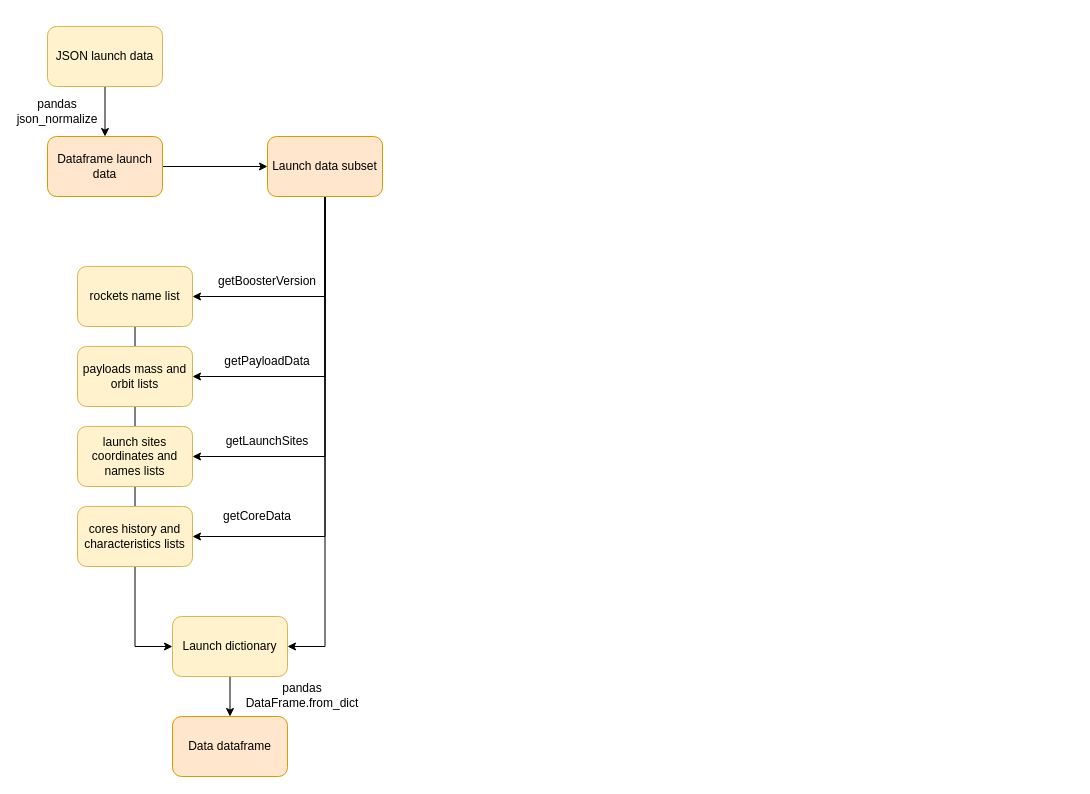
The draw.io diagram Data_scraping.drawio in jordimaggi/Coursera_IBM_DataScience_Capstone_2022, before the edit. Source tidied: cells renumbered, new cells numbered last; positions are measured from the earlier drawing's top-left corner, leaving out a move shared by most shapes. Both pictures are drawn from the tidied source at 100%, with x=0, y=0 at pixel (27, 26).
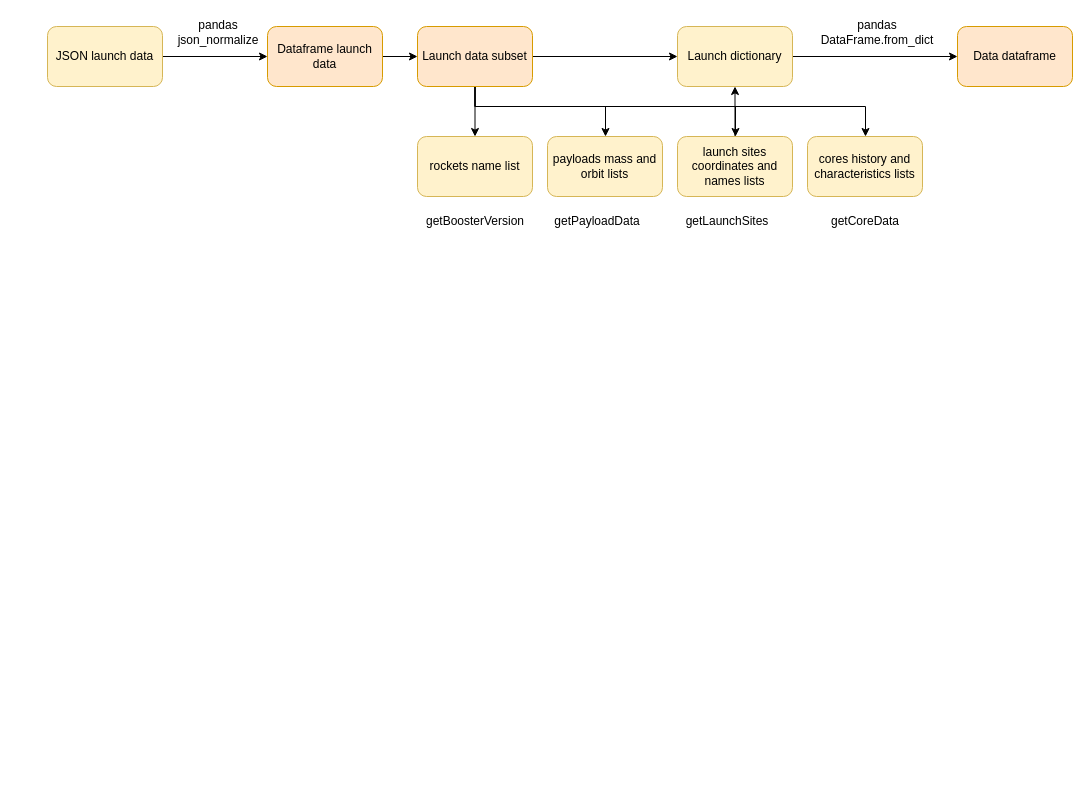
Above is the later version.

Unchanged cells that the change refers to:
```xml
<mxCell id="3" value="JSON launch data" style="whiteSpace=wrap;html=1;rounded=1;fillColor=#fff2cc;strokeColor=#d6b656;" parent="1" vertex="1">
  <mxGeometry x="20" width="115" height="60" as="geometry" />
</mxCell>
```

Change to the diagram source:
```diff
@@
-    <mxCell id="2" style="edgeStyle=orthogonalEdgeStyle;rounded=0;jettySize=auto;html=1;entryX=0.5;entryY=0;entryDx=0;entryDy=0;" parent="1" edge="1" source="3" target="9">
+    <mxCell id="2" style="edgeStyle=orthogonalEdgeStyle;rounded=0;jettySize=auto;html=1;entryX=0;entryY=0.5;entryDx=0;entryDy=0;" parent="1" edge="1" source="3" target="9">
       <mxGeometry relative="1" as="geometry" />
     </mxCell>
@@
-    <mxCell id="4" style="edgeStyle=orthogonalEdgeStyle;rounded=0;jettySize=auto;html=1;entryX=0;entryY=0.5;entryDx=0;entryDy=0;" parent="1" edge="1" source="5" target="23">
-      <mxGeometry relative="1" as="geometry" />
-    </mxCell>
     <mxCell id="5" value="rockets name list" style="whiteSpace=wrap;html=1;rounded=1;fillColor=#fff2cc;strokeColor=#d6b656;" parent="1" vertex="1">
-      <mxGeometry x="50" y="240" width="115" height="60" as="geometry" />
+      <mxGeometry x="390" y="110" width="115" height="60" as="geometry" />
     </mxCell>
     <mxCell id="6" value="payloads mass and orbit lists" style="whiteSpace=wrap;html=1;rounded=1;fillColor=#fff2cc;strokeColor=#d6b656;" parent="1" vertex="1">
-      <mxGeometry x="50" y="320" width="115" height="60" as="geometry" />
+      <mxGeometry x="520" y="110" width="115" height="60" as="geometry" />
     </mxCell>
+    <mxCell id="26" style="edgeStyle=orthogonalEdgeStyle;rounded=0;jettySize=auto;html=1;entryX=0.5;entryY=1;entryDx=0;entryDy=0;" parent="1" edge="1" source="7" target="23">
+      <mxGeometry relative="1" as="geometry" />
+    </mxCell>
     <mxCell id="7" value="launch sites coordinates and names lists" style="whiteSpace=wrap;html=1;rounded=1;fillColor=#fff2cc;strokeColor=#d6b656;" parent="1" vertex="1">
-      <mxGeometry x="50" y="400" width="115" height="60" as="geometry" />
+      <mxGeometry x="650" y="110" width="115" height="60" as="geometry" />
     </mxCell>
@@
     <mxCell id="9" value="Dataframe launch data" style="whiteSpace=wrap;html=1;rounded=1;fillColor=#ffe6cc;strokeColor=#d79b00;" parent="1" vertex="1">
-      <mxGeometry x="20" y="110" width="115" height="60" as="geometry" />
+      <mxGeometry x="240" width="115" height="60" as="geometry" />
     </mxCell>
     <mxCell id="10" value="cores history and characteristics lists" style="whiteSpace=wrap;html=1;rounded=1;fillColor=#fff2cc;strokeColor=#d6b656;" parent="1" vertex="1">
-      <mxGeometry x="50" y="480" width="115" height="60" as="geometry" />
+      <mxGeometry x="780" y="110" width="115" height="60" as="geometry" />
     </mxCell>
     <mxCell id="11" value="pandas json_normalize" style="text;html=1;strokeColor=none;fillColor=none;align=center;verticalAlign=middle;whiteSpace=wrap;rounded=0;" parent="1" vertex="1">
-      <mxGeometry y="70" width="60" height="30" as="geometry" />
+      <mxGeometry x="161" y="-9" width="60" height="30" as="geometry" />
     </mxCell>
-    <mxCell id="12" style="edgeStyle=orthogonalEdgeStyle;rounded=0;jettySize=auto;html=1;entryX=1;entryY=0.5;entryDx=0;entryDy=0;exitX=0.5;exitY=1;exitDx=0;exitDy=0;" parent="1" edge="1" source="17" target="5">
-      <mxGeometry relative="1" as="geometry">
-        <Array as="points">
-          <mxPoint x="298" y="270" />
-        </Array>
-      </mxGeometry>
+    <mxCell id="12" style="edgeStyle=orthogonalEdgeStyle;rounded=0;jettySize=auto;html=1;entryX=0.5;entryY=0;entryDx=0;entryDy=0;" parent="1" edge="1" source="17" target="5">
+      <mxGeometry relative="1" as="geometry" />
     </mxCell>
+    <mxCell id="16" style="edgeStyle=orthogonalEdgeStyle;rounded=0;jettySize=auto;html=1;" parent="1" edge="1" source="17" target="23">
+      <mxGeometry relative="1" as="geometry" />
+    </mxCell>
-    <mxCell id="13" style="edgeStyle=orthogonalEdgeStyle;rounded=0;jettySize=auto;html=1;entryX=1;entryY=0.5;entryDx=0;entryDy=0;" parent="1" edge="1" source="17" target="6">
+    <mxCell id="13" style="edgeStyle=orthogonalEdgeStyle;rounded=0;jettySize=auto;html=1;" parent="1" edge="1" source="17" target="6">
       <mxGeometry relative="1" as="geometry">
         <Array as="points">
-          <mxPoint x="298" y="350" />
+          <mxPoint x="448" y="80" />
+          <mxPoint x="578" y="80" />
         </Array>
       </mxGeometry>
     </mxCell>
-    <mxCell id="14" style="edgeStyle=orthogonalEdgeStyle;rounded=0;jettySize=auto;html=1;entryX=1;entryY=0.5;entryDx=0;entryDy=0;" parent="1" edge="1" source="17" target="7">
+    <mxCell id="14" style="edgeStyle=orthogonalEdgeStyle;rounded=0;jettySize=auto;html=1;" parent="1" edge="1" source="17" target="7">
       <mxGeometry relative="1" as="geometry">
         <Array as="points">
-          <mxPoint x="298" y="430" />
+          <mxPoint x="448" y="80" />
+          <mxPoint x="708" y="80" />
         </Array>
       </mxGeometry>
     </mxCell>
-    <mxCell id="15" style="edgeStyle=orthogonalEdgeStyle;rounded=0;jettySize=auto;html=1;entryX=1;entryY=0.5;entryDx=0;entryDy=0;" parent="1" edge="1" source="17" target="10">
+    <mxCell id="15" style="edgeStyle=orthogonalEdgeStyle;rounded=0;jettySize=auto;html=1;" parent="1" edge="1" source="17" target="10">
       <mxGeometry relative="1" as="geometry">
         <Array as="points">
-          <mxPoint x="298" y="510" />
+          <mxPoint x="448" y="80" />
+          <mxPoint x="838" y="80" />
         </Array>
       </mxGeometry>
     </mxCell>
-    <mxCell id="16" style="edgeStyle=orthogonalEdgeStyle;rounded=0;jettySize=auto;html=1;entryX=1;entryY=0.5;entryDx=0;entryDy=0;" parent="1" edge="1" source="17" target="23">
-      <mxGeometry relative="1" as="geometry" />
-    </mxCell>
     <mxCell id="17" value="Launch data subset" style="whiteSpace=wrap;html=1;rounded=1;fillColor=#ffe6cc;strokeColor=#d79b00;" parent="1" vertex="1">
-      <mxGeometry x="240" y="110" width="115" height="60" as="geometry" />
+      <mxGeometry x="390" width="115" height="60" as="geometry" />
     </mxCell>
-    <mxCell id="18" value="getBoosterVersion" style="text;html=1;strokeColor=none;fillColor=none;align=center;verticalAlign=middle;whiteSpace=wrap;rounded=0;" parent="1" vertex="1">
-      <mxGeometry x="210" y="240" width="60" height="30" as="geometry" />
-    </mxCell>
     <mxCell id="19" value="getPayloadData" style="text;html=1;strokeColor=none;fillColor=none;align=center;verticalAlign=middle;whiteSpace=wrap;rounded=0;" parent="1" vertex="1">
-      <mxGeometry x="210" y="320" width="60" height="30" as="geometry" />
+      <mxGeometry x="540" y="180" width="60" height="30" as="geometry" />
     </mxCell>
     <mxCell id="20" value="getLaunchSites" style="text;html=1;strokeColor=none;fillColor=none;align=center;verticalAlign=middle;whiteSpace=wrap;rounded=0;" parent="1" vertex="1">
-      <mxGeometry x="210" y="400" width="60" height="30" as="geometry" />
+      <mxGeometry x="670" y="180" width="60" height="30" as="geometry" />
     </mxCell>
-    <mxCell id="21" value="getCoreData" style="text;html=1;strokeColor=none;fillColor=none;align=center;verticalAlign=middle;whiteSpace=wrap;rounded=0;" parent="1" vertex="1">
-      <mxGeometry x="200" y="475" width="60" height="30" as="geometry" />
-    </mxCell>
-    <mxCell id="22" style="edgeStyle=orthogonalEdgeStyle;rounded=0;jettySize=auto;html=1;entryX=0.5;entryY=0;entryDx=0;entryDy=0;" parent="1" edge="1" source="23" target="24">
+    <mxCell id="22" style="edgeStyle=orthogonalEdgeStyle;rounded=0;jettySize=auto;html=1;entryX=0;entryY=0.5;entryDx=0;entryDy=0;" parent="1" edge="1" source="23" target="24">
       <mxGeometry relative="1" as="geometry" />
     </mxCell>
     <mxCell id="23" value="Launch dictionary" style="whiteSpace=wrap;html=1;rounded=1;fillColor=#fff2cc;strokeColor=#d6b656;" parent="1" vertex="1">
-      <mxGeometry x="145" y="590" width="115" height="60" as="geometry" />
+      <mxGeometry x="650" width="115" height="60" as="geometry" />
     </mxCell>
     <mxCell id="24" value="Data dataframe" style="whiteSpace=wrap;html=1;rounded=1;fillColor=#ffe6cc;strokeColor=#d79b00;" parent="1" vertex="1">
-      <mxGeometry x="145" y="690" width="115" height="60" as="geometry" />
+      <mxGeometry x="930" width="115" height="60" as="geometry" />
     </mxCell>
     <mxCell id="25" value="pandas DataFrame.from_dict" style="text;html=1;strokeColor=none;fillColor=none;align=center;verticalAlign=middle;whiteSpace=wrap;rounded=0;" parent="1" vertex="1">
-      <mxGeometry x="245" y="654" width="60" height="30" as="geometry" />
+      <mxGeometry x="820" y="-9" width="60" height="30" as="geometry" />
     </mxCell>
+    <mxCell id="18" value="getBoosterVersion" style="text;html=1;strokeColor=none;fillColor=none;align=center;verticalAlign=middle;whiteSpace=wrap;rounded=0;" parent="1" vertex="1">
+      <mxGeometry x="417.5" y="180" width="60" height="30" as="geometry" />
+    </mxCell>
+    <mxCell id="21" value="getCoreData" style="text;html=1;strokeColor=none;fillColor=none;align=center;verticalAlign=middle;whiteSpace=wrap;rounded=0;" parent="1" vertex="1">
+      <mxGeometry x="807.5" y="180" width="60" height="30" as="geometry" />
+    </mxCell>
```
